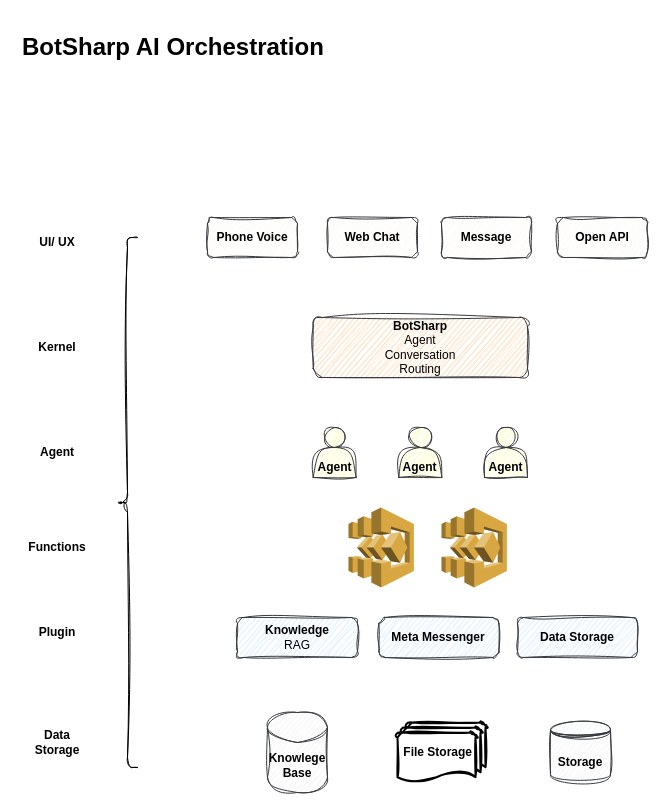
Above: docs/architecture/assets/overview.drawio in seniordev1012/dotnet-Azure-AI-botsharp (draw.io), before the change. Source tidied: cells renumbered, new cells numbered last; positions are measured from the earlier drawing's top-left corner, leaving out a move shared by most shapes. Both pictures are drawn from the tidied source at 100%, with x=0, y=0 at pixel (17, 27).
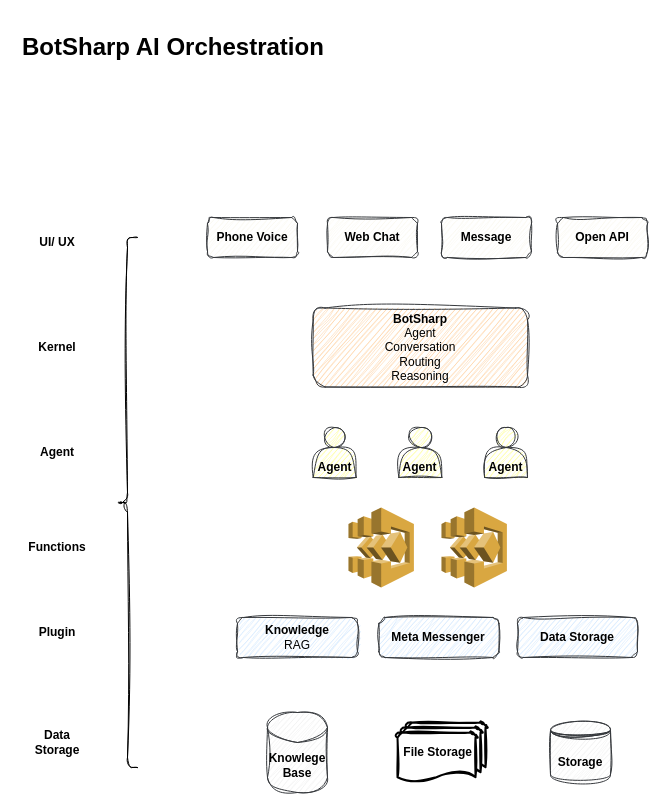
After the change.

The edit, as a diff of the source:
```diff
@@
-    <mxCell id="2" value="BotSharp&lt;br&gt;&lt;span style=&quot;font-weight: normal;&quot;&gt;Agent&lt;br&gt;Conversation&lt;br&gt;Routing&lt;/span&gt;" style="rounded=1;whiteSpace=wrap;html=1;fillColor=#ffcc99;strokeColor=#36393d;fontStyle=1;sketch=1;curveFitting=1;jiggle=2;" parent="1" vertex="1">
-      <mxGeometry x="295.7" y="290" width="214.3" height="60" as="geometry" />
+    <mxCell id="2" value="BotSharp&lt;br&gt;&lt;span style=&quot;font-weight: normal;&quot;&gt;Agent&lt;br&gt;Conversation&lt;br&gt;Routing&lt;br&gt;Reasoning&lt;br&gt;&lt;/span&gt;" style="rounded=1;whiteSpace=wrap;html=1;fillColor=#ffcc99;strokeColor=#36393d;fontStyle=1;sketch=1;curveFitting=1;jiggle=2;" parent="1" vertex="1">
+      <mxGeometry x="295.7" y="280.5" width="214.3" height="79" as="geometry" />
     </mxCell>
```
